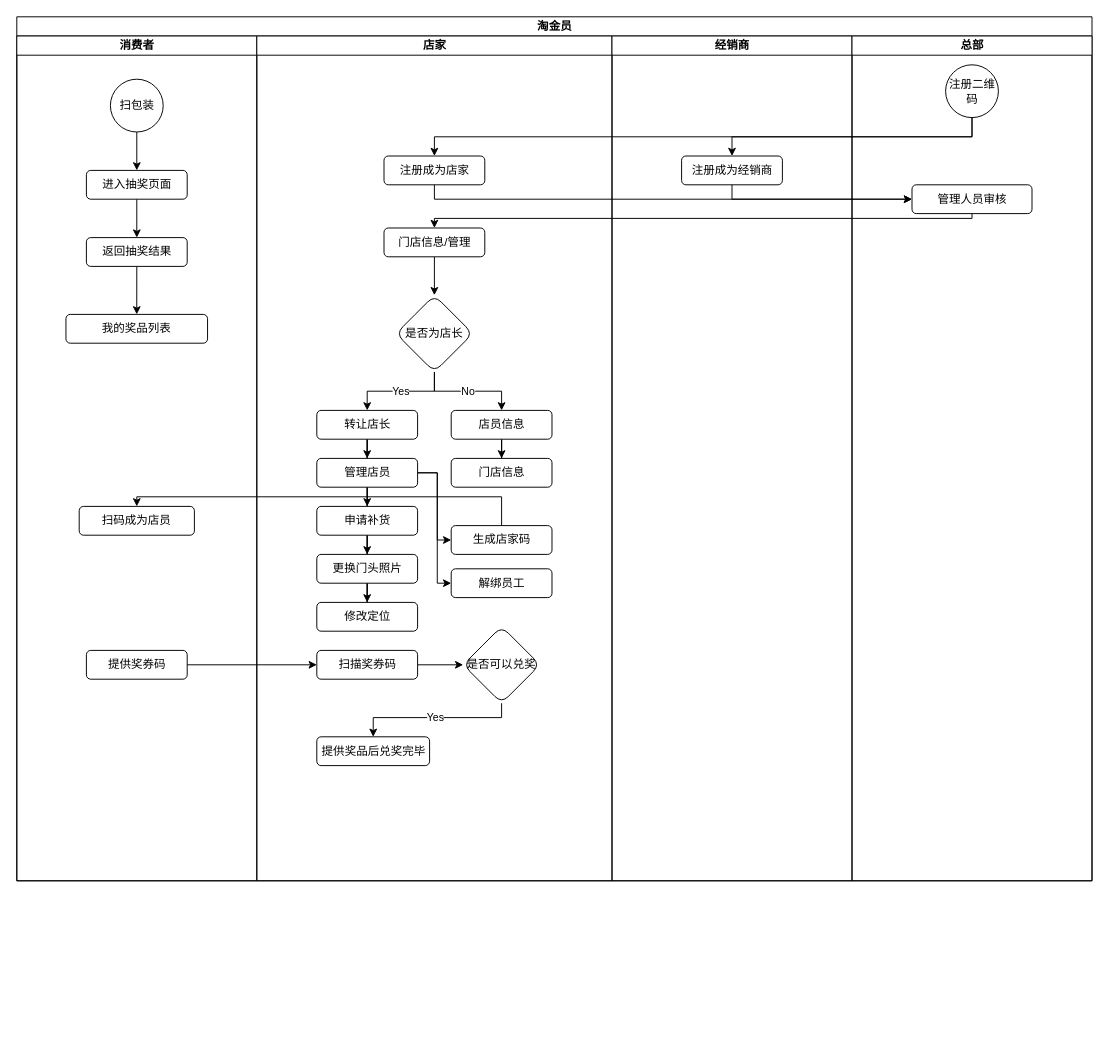
The draw.io diagram 淘金员身份控制.drawio in LeoNooob/myblueprint, before the edit. Source tidied: cells renumbered, new cells numbered last; positions are measured from the earlier drawing's top-left corner, leaving out a move shared by most shapes. Both pictures are drawn from the tidied source at 96%, with x=0, y=0 at pixel (16, 16).
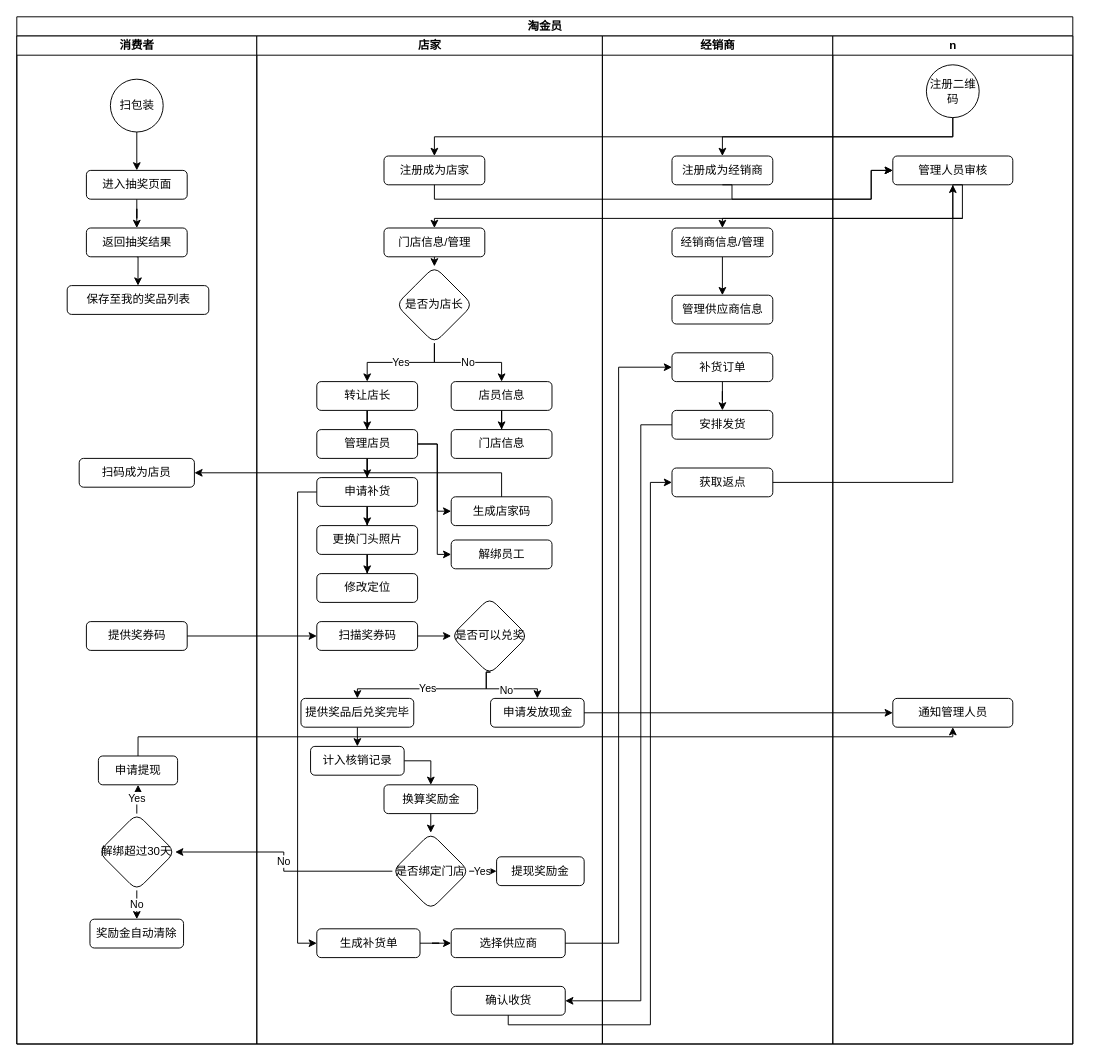
Above is the later version.

Commit message:
更新淘金员身份控制.drawio

The change refers to these unchanged cells:
```xml
<mxCell id="14" value="注册成为店家" style="rounded=1;whiteSpace=wrap;html=1;" parent="13" vertex="1">
  <mxGeometry x="132.5" y="125" width="105" height="30" as="geometry" />
</mxCell>
<mxCell id="16" value="门店信息/管理" style="rounded=1;whiteSpace=wrap;html=1;" parent="13" vertex="1">
  <mxGeometry x="132.5" y="200" width="105" height="30" as="geometry" />
</mxCell>
<mxCell id="42" value="注册成为经销商" style="rounded=1;whiteSpace=wrap;html=1;" parent="41" vertex="1">
  <mxGeometry x="72.5" y="125" width="105" height="30" as="geometry" />
</mxCell>
```

Diff of the diagram source:
```diff
@@
     <mxCell id="2" value="淘金员" style="swimlane;startSize=20;html=1;" parent="1" vertex="1">
-      <mxGeometry width="1120" height="900" as="geometry" />
+      <mxGeometry width="1100" height="1070" as="geometry" />
     </mxCell>
     <mxCell id="3" value="消费者" style="swimlane;startSize=20;html=1;" parent="2" vertex="1">
-      <mxGeometry y="20" width="250" height="880" as="geometry" />
+      <mxGeometry y="20" width="250" height="1050" as="geometry" />
     </mxCell>
@@
     <mxCell id="9" value="返回抽奖结果" style="rounded=1;whiteSpace=wrap;html=1;" parent="3" vertex="1">
-      <mxGeometry x="72.5" y="210" width="105" height="30" as="geometry" />
+      <mxGeometry x="72.5" y="200" width="105" height="30" as="geometry" />
     </mxCell>
     <mxCell id="10" value="扫码成为店员" style="rounded=1;whiteSpace=wrap;html=1;" parent="3" vertex="1">
-      <mxGeometry x="65" y="490" width="120" height="30" as="geometry" />
+      <mxGeometry x="65" y="440" width="120" height="30" as="geometry" />
     </mxCell>
     <mxCell id="11" value="提供奖券码" style="rounded=1;whiteSpace=wrap;html=1;" parent="3" vertex="1">
-      <mxGeometry x="72.5" y="640" width="105" height="30" as="geometry" />
+      <mxGeometry x="72.5" y="610" width="105" height="30" as="geometry" />
     </mxCell>
-    <mxCell id="12" value="我的奖品列表" style="rounded=1;whiteSpace=wrap;html=1;" parent="3" vertex="1">
-      <mxGeometry x="51.2" y="290" width="147.5" height="30" as="geometry" />
+    <mxCell id="12" value="保存至我的奖品列表" style="rounded=1;whiteSpace=wrap;html=1;" parent="3" vertex="1">
+      <mxGeometry x="52.5" y="260" width="147.5" height="30" as="geometry" />
     </mxCell>
+    <mxCell id="53" value="Yes" style="edgeStyle=orthogonalEdgeStyle;rounded=0;jettySize=auto;html=1;" parent="3" edge="1" source="55" target="56">
+      <mxGeometry relative="1" as="geometry" />
+    </mxCell>
+    <mxCell id="54" value="No" style="edgeStyle=orthogonalEdgeStyle;rounded=0;jettySize=auto;html=1;" parent="3" edge="1" source="55" target="57">
+      <mxGeometry relative="1" as="geometry" />
+    </mxCell>
+    <mxCell id="55" value="解绑超过30天" style="rhombus;whiteSpace=wrap;html=1;rounded=1;" parent="3" vertex="1">
+      <mxGeometry x="85" y="810" width="80" height="80" as="geometry" />
+    </mxCell>
+    <mxCell id="56" value="申请提现" style="whiteSpace=wrap;html=1;rounded=1;" parent="3" vertex="1">
+      <mxGeometry x="85" y="750" width="82.5" height="30" as="geometry" />
+    </mxCell>
+    <mxCell id="57" value="奖励金自动清除" style="whiteSpace=wrap;html=1;rounded=1;" parent="3" vertex="1">
+      <mxGeometry x="76.2" y="920" width="97.5" height="30" as="geometry" />
+    </mxCell>
     <mxCell id="13" value="店家" style="swimlane;startSize=20;html=1;" parent="2" vertex="1">
-      <mxGeometry x="250" y="20" width="370" height="880" as="geometry" />
+      <mxGeometry x="250" y="20" width="360" height="1050" as="geometry" />
     </mxCell>
@@
     <mxCell id="19" value="是否为店长" style="rhombus;whiteSpace=wrap;html=1;rounded=1;" parent="13" vertex="1">
-      <mxGeometry x="145" y="270" width="80" height="80" as="geometry" />
+      <mxGeometry x="145" y="240" width="80" height="80" as="geometry" />
     </mxCell>
@@
     <mxCell id="21" value="转让店长" style="whiteSpace=wrap;html=1;rounded=1;" parent="13" vertex="1">
-      <mxGeometry x="62.5" y="390" width="105" height="30" as="geometry" />
+      <mxGeometry x="62.5" y="360" width="105" height="30" as="geometry" />
     </mxCell>
@@
     <mxCell id="23" style="edgeStyle=orthogonalEdgeStyle;rounded=0;jettySize=auto;html=1;exitX=1;exitY=0.5;exitDx=0;exitDy=0;entryX=0;entryY=0.5;entryDx=0;entryDy=0;" parent="13" edge="1" source="25" target="34">
       <mxGeometry relative="1" as="geometry">
         <Array as="points">
-          <mxPoint x="188" y="455" />
-          <mxPoint x="188" y="525" />
+          <mxPoint x="188" y="425" />
+          <mxPoint x="188" y="495" />
         </Array>
       </mxGeometry>
     </mxCell>
     <mxCell id="24" style="edgeStyle=orthogonalEdgeStyle;rounded=0;jettySize=auto;html=1;exitX=1;exitY=0.5;exitDx=0;exitDy=0;entryX=0;entryY=0.5;entryDx=0;entryDy=0;" parent="13" edge="1" source="25" target="35">
       <mxGeometry relative="1" as="geometry">
         <Array as="points">
-          <mxPoint x="188" y="455" />
-          <mxPoint x="188" y="570" />
+          <mxPoint x="188" y="425" />
+          <mxPoint x="188" y="540" />
         </Array>
       </mxGeometry>
     </mxCell>
     <mxCell id="25" value="管理店员" style="whiteSpace=wrap;html=1;rounded=1;" parent="13" vertex="1">
-      <mxGeometry x="62.5" y="440" width="105" height="30" as="geometry" />
+      <mxGeometry x="62.5" y="410" width="105" height="30" as="geometry" />
     </mxCell>
@@
+    <mxCell id="58" style="edgeStyle=orthogonalEdgeStyle;rounded=0;jettySize=auto;html=1;exitX=0;exitY=0.5;exitDx=0;exitDy=0;entryX=0;entryY=0.5;entryDx=0;entryDy=0;" parent="13" edge="1" source="27" target="71">
+      <mxGeometry relative="1" as="geometry" />
+    </mxCell>
     <mxCell id="27" value="申请补货" style="whiteSpace=wrap;html=1;rounded=1;" parent="13" vertex="1">
-      <mxGeometry x="62.5" y="490" width="105" height="30" as="geometry" />
+      <mxGeometry x="62.5" y="460" width="105" height="30" as="geometry" />
     </mxCell>
@@
     <mxCell id="29" value="更换门头照片" style="whiteSpace=wrap;html=1;rounded=1;" parent="13" vertex="1">
-      <mxGeometry x="62.5" y="540" width="105" height="30" as="geometry" />
+      <mxGeometry x="62.5" y="510" width="105" height="30" as="geometry" />
     </mxCell>
     <mxCell id="30" value="修改定位" style="whiteSpace=wrap;html=1;rounded=1;" parent="13" vertex="1">
-      <mxGeometry x="62.5" y="590" width="105" height="30" as="geometry" />
+      <mxGeometry x="62.5" y="560" width="105" height="30" as="geometry" />
     </mxCell>
@@
     <mxCell id="32" value="店员信息" style="whiteSpace=wrap;html=1;rounded=1;" parent="13" vertex="1">
-      <mxGeometry x="202.5" y="390" width="105" height="30" as="geometry" />
+      <mxGeometry x="202.5" y="360" width="105" height="30" as="geometry" />
     </mxCell>
     <mxCell id="33" value="门店信息" style="whiteSpace=wrap;html=1;rounded=1;" parent="13" vertex="1">
-      <mxGeometry x="202.5" y="440" width="105" height="30" as="geometry" />
+      <mxGeometry x="202.5" y="410" width="105" height="30" as="geometry" />
     </mxCell>
     <mxCell id="34" value="生成店家码" style="whiteSpace=wrap;html=1;rounded=1;" parent="13" vertex="1">
-      <mxGeometry x="202.5" y="510" width="105" height="30" as="geometry" />
+      <mxGeometry x="202.5" y="480" width="105" height="30" as="geometry" />
     </mxCell>
     <mxCell id="35" value="解绑员工" style="whiteSpace=wrap;html=1;rounded=1;" parent="13" vertex="1">
-      <mxGeometry x="202.5" y="555" width="105" height="30" as="geometry" />
+      <mxGeometry x="202.5" y="525" width="105" height="30" as="geometry" />
     </mxCell>
@@
     <mxCell id="37" value="扫描奖券码" style="rounded=1;whiteSpace=wrap;html=1;" parent="13" vertex="1">
-      <mxGeometry x="62.5" y="640" width="105" height="30" as="geometry" />
+      <mxGeometry x="62.5" y="610" width="105" height="30" as="geometry" />
     </mxCell>
-    <mxCell id="38" value="Yes" style="edgeStyle=orthogonalEdgeStyle;rounded=0;jettySize=auto;html=1;exitX=0.5;exitY=1;exitDx=0;exitDy=0;entryX=0.5;entryY=0;entryDx=0;entryDy=0;" parent="13" edge="1" source="39" target="40">
+    <mxCell id="38" value="Yes" style="edgeStyle=orthogonalEdgeStyle;rounded=0;jettySize=auto;html=1;exitX=0.51;exitY=0.967;exitDx=0;exitDy=0;entryX=0.5;entryY=0;entryDx=0;entryDy=0;exitPerimeter=0;" parent="13" edge="1" source="39" target="40">
       <mxGeometry relative="1" as="geometry">
         <Array as="points">
-          <mxPoint x="255" y="710" />
-          <mxPoint x="121" y="710" />
+          <mxPoint x="239" y="662" />
+          <mxPoint x="239" y="680" />
+          <mxPoint x="105" y="680" />
         </Array>
       </mxGeometry>
     </mxCell>
+    <mxCell id="59" style="edgeStyle=orthogonalEdgeStyle;rounded=0;jettySize=auto;html=1;exitX=0.512;exitY=0.972;exitDx=0;exitDy=0;entryX=0.5;entryY=0;entryDx=0;entryDy=0;exitPerimeter=0;" parent="13" edge="1" source="39" target="62">
+      <mxGeometry relative="1" as="geometry">
+        <Array as="points">
+          <mxPoint x="239" y="663" />
+          <mxPoint x="239" y="680" />
+          <mxPoint x="292" y="680" />
+        </Array>
+      </mxGeometry>
+    </mxCell>
+    <mxCell id="60" value="No" style="edgeLabel;html=1;align=center;verticalAlign=middle;" parent="59" vertex="1">
+      <mxGeometry x="-0.01" y="-1" relative="1" as="geometry" />
+    </mxCell>
     <mxCell id="39" value="是否可以兑奖" style="rhombus;whiteSpace=wrap;html=1;rounded=1;" parent="13" vertex="1">
-      <mxGeometry x="215" y="615" width="80" height="80" as="geometry" />
+      <mxGeometry x="202.5" y="585" width="80" height="80" as="geometry" />
     </mxCell>
+    <mxCell id="61" style="edgeStyle=orthogonalEdgeStyle;rounded=0;jettySize=auto;html=1;exitX=0.5;exitY=1;exitDx=0;exitDy=0;entryX=0.5;entryY=0;entryDx=0;entryDy=0;" parent="13" edge="1" source="40" target="64">
+      <mxGeometry relative="1" as="geometry" />
+    </mxCell>
     <mxCell id="40" value="提供奖品后兑奖完毕" style="rounded=1;whiteSpace=wrap;html=1;" parent="13" vertex="1">
-      <mxGeometry x="62.5" y="730" width="117.5" height="30" as="geometry" />
+      <mxGeometry x="46" y="690" width="117.5" height="30" as="geometry" />
     </mxCell>
+    <mxCell id="62" value="申请发放现金" style="rounded=1;whiteSpace=wrap;html=1;" parent="13" vertex="1">
+      <mxGeometry x="243.5" y="690" width="97.5" height="30" as="geometry" />
+    </mxCell>
+    <mxCell id="63" style="edgeStyle=orthogonalEdgeStyle;rounded=0;jettySize=auto;html=1;exitX=1;exitY=0.5;exitDx=0;exitDy=0;entryX=0.5;entryY=0;entryDx=0;entryDy=0;" parent="13" edge="1" source="64" target="66">
+      <mxGeometry relative="1" as="geometry" />
+    </mxCell>
+    <mxCell id="64" value="计入核销记录" style="rounded=1;whiteSpace=wrap;html=1;" parent="13" vertex="1">
+      <mxGeometry x="56" y="740" width="97.5" height="30" as="geometry" />
+    </mxCell>
+    <mxCell id="65" style="edgeStyle=orthogonalEdgeStyle;rounded=0;jettySize=auto;html=1;exitX=0.5;exitY=1;exitDx=0;exitDy=0;entryX=0.5;entryY=0;entryDx=0;entryDy=0;" parent="13" edge="1" source="66" target="68">
+      <mxGeometry relative="1" as="geometry" />
+    </mxCell>
+    <mxCell id="66" value="换算奖励金" style="rounded=1;whiteSpace=wrap;html=1;" parent="13" vertex="1">
+      <mxGeometry x="132.5" y="780" width="97.5" height="30" as="geometry" />
+    </mxCell>
+    <mxCell id="67" value="Yes" style="edgeStyle=orthogonalEdgeStyle;rounded=0;jettySize=auto;html=1;" parent="13" edge="1" source="68" target="69">
+      <mxGeometry relative="1" as="geometry" />
+    </mxCell>
+    <mxCell id="68" value="是否绑定门店" style="rhombus;whiteSpace=wrap;html=1;rounded=1;" parent="13" vertex="1">
+      <mxGeometry x="141.2" y="830" width="80" height="80" as="geometry" />
+    </mxCell>
+    <mxCell id="69" value="提现奖励金" style="whiteSpace=wrap;html=1;rounded=1;" parent="13" vertex="1">
+      <mxGeometry x="249.8" y="855" width="91.2" height="30" as="geometry" />
+    </mxCell>
+    <mxCell id="70" style="edgeStyle=orthogonalEdgeStyle;rounded=0;jettySize=auto;html=1;" parent="13" edge="1" source="71" target="72">
+      <mxGeometry relative="1" as="geometry" />
+    </mxCell>
+    <mxCell id="71" value="生成补货单" style="whiteSpace=wrap;html=1;rounded=1;" parent="13" vertex="1">
+      <mxGeometry x="62.5" y="930" width="107.5" height="30" as="geometry" />
+    </mxCell>
+    <mxCell id="72" value="选择供应商" style="whiteSpace=wrap;html=1;rounded=1;" parent="13" vertex="1">
+      <mxGeometry x="202.5" y="930" width="118.8" height="30" as="geometry" />
+    </mxCell>
+    <mxCell id="73" value="确认收货" style="whiteSpace=wrap;html=1;rounded=1;" parent="13" vertex="1">
+      <mxGeometry x="202.5" y="990" width="118.8" height="30" as="geometry" />
+    </mxCell>
     <mxCell id="41" value="经销商" style="swimlane;startSize=20;html=1;" parent="2" vertex="1">
-      <mxGeometry x="620" y="20" width="250" height="880" as="geometry" />
+      <mxGeometry x="610" y="20" width="240" height="1050" as="geometry" />
     </mxCell>
@@
+    <mxCell id="74" style="edgeStyle=orthogonalEdgeStyle;rounded=0;jettySize=auto;html=1;" parent="41" edge="1" source="75" target="76">
+      <mxGeometry relative="1" as="geometry" />
+    </mxCell>
+    <mxCell id="75" value="经销商信息/管理" style="rounded=1;whiteSpace=wrap;html=1;" parent="41" vertex="1">
+      <mxGeometry x="72.5" y="200" width="105" height="30" as="geometry" />
+    </mxCell>
+    <mxCell id="76" value="管理供应商信息" style="rounded=1;whiteSpace=wrap;html=1;" parent="41" vertex="1">
+      <mxGeometry x="72.5" y="270" width="105" height="30" as="geometry" />
+    </mxCell>
+    <mxCell id="77" style="edgeStyle=orthogonalEdgeStyle;rounded=0;jettySize=auto;html=1;" parent="41" edge="1" source="78" target="79">
+      <mxGeometry relative="1" as="geometry" />
+    </mxCell>
+    <mxCell id="78" value="补货订单" style="rounded=1;whiteSpace=wrap;html=1;" parent="41" vertex="1">
+      <mxGeometry x="72.5" y="330" width="105" height="30" as="geometry" />
+    </mxCell>
+    <mxCell id="79" value="安排发货" style="rounded=1;whiteSpace=wrap;html=1;" parent="41" vertex="1">
+      <mxGeometry x="72.5" y="390" width="105" height="30" as="geometry" />
+    </mxCell>
+    <mxCell id="80" value="获取返点" style="rounded=1;whiteSpace=wrap;html=1;" parent="41" vertex="1">
+      <mxGeometry x="72.5" y="450" width="105" height="30" as="geometry" />
+    </mxCell>
@@
     <mxCell id="45" style="edgeStyle=orthogonalEdgeStyle;rounded=0;jettySize=auto;html=1;exitX=0.5;exitY=1;exitDx=0;exitDy=0;entryX=0;entryY=0.5;entryDx=0;entryDy=0;" parent="2" edge="1" source="42" target="49">
       <mxGeometry relative="1" as="geometry">
         <Array as="points">
+          <mxPoint x="745" y="175" />
           <mxPoint x="745" y="190" />
-          <mxPoint x="933" y="190" />
+          <mxPoint x="890" y="190" />
+          <mxPoint x="890" y="160" />
         </Array>
       </mxGeometry>
     </mxCell>
     <mxCell id="46" style="edgeStyle=orthogonalEdgeStyle;rounded=0;jettySize=auto;html=1;exitX=0.5;exitY=1;exitDx=0;exitDy=0;entryX=0;entryY=0.5;entryDx=0;entryDy=0;" parent="2" edge="1" source="14" target="49">
       <mxGeometry relative="1" as="geometry">
         <Array as="points">
           <mxPoint x="435" y="190" />
-          <mxPoint x="933" y="190" />
+          <mxPoint x="890" y="190" />
+          <mxPoint x="890" y="160" />
         </Array>
       </mxGeometry>
     </mxCell>
-    <mxCell id="47" value="总部" style="swimlane;startSize=20;html=1;" parent="2" vertex="1">
-      <mxGeometry x="870" y="20" width="250" height="880" as="geometry" />
+    <mxCell id="47" value="n" style="swimlane;startSize=20;html=1;" parent="2" vertex="1">
+      <mxGeometry x="850" y="20" width="250" height="1050" as="geometry" />
     </mxCell>
@@
     <mxCell id="49" value="管理人员审核" style="rounded=1;whiteSpace=wrap;html=1;" parent="47" vertex="1">
-      <mxGeometry x="62.5" y="155" width="125" height="30" as="geometry" />
+      <mxGeometry x="62.5" y="125" width="125" height="30" as="geometry" />
     </mxCell>
+    <mxCell id="81" value="通知管理人员" style="rounded=1;whiteSpace=wrap;html=1;" parent="47" vertex="1">
+      <mxGeometry x="62.5" y="690" width="125" height="30" as="geometry" />
+    </mxCell>
     <mxCell id="50" style="edgeStyle=orthogonalEdgeStyle;rounded=0;jettySize=auto;html=1;exitX=0.5;exitY=1;exitDx=0;exitDy=0;entryX=0.5;entryY=0;entryDx=0;entryDy=0;" parent="2" edge="1" source="49" target="16">
       <mxGeometry relative="1" as="geometry">
         <Array as="points">
-          <mxPoint x="995" y="210" />
+          <mxPoint x="985" y="210" />
           <mxPoint x="435" y="210" />
         </Array>
       </mxGeometry>
     </mxCell>
+    <mxCell id="52" style="edgeStyle=orthogonalEdgeStyle;rounded=0;jettySize=auto;html=1;exitX=1;exitY=0.5;exitDx=0;exitDy=0;entryX=0;entryY=0.5;entryDx=0;entryDy=0;" parent="2" edge="1" source="11" target="37">
+      <mxGeometry relative="1" as="geometry" />
+    </mxCell>
+    <mxCell id="82" style="edgeStyle=orthogonalEdgeStyle;rounded=0;jettySize=auto;html=1;exitX=1;exitY=0.5;exitDx=0;exitDy=0;entryX=0;entryY=0.5;entryDx=0;entryDy=0;" parent="2" edge="1" source="62" target="81">
+      <mxGeometry relative="1" as="geometry" />
+    </mxCell>
+    <mxCell id="83" value="No" style="edgeStyle=orthogonalEdgeStyle;rounded=0;jettySize=auto;html=1;exitX=0;exitY=0.5;exitDx=0;exitDy=0;entryX=1;entryY=0.5;entryDx=0;entryDy=0;" parent="2" edge="1" source="68" target="55">
+      <mxGeometry relative="1" as="geometry" />
+    </mxCell>
+    <mxCell id="84" style="edgeStyle=orthogonalEdgeStyle;rounded=0;jettySize=auto;html=1;exitX=0.5;exitY=0;exitDx=0;exitDy=0;entryX=0.5;entryY=1;entryDx=0;entryDy=0;" parent="2" edge="1" source="56" target="81">
+      <mxGeometry relative="1" as="geometry">
+        <Array as="points">
+          <mxPoint x="126" y="750" />
+          <mxPoint x="975" y="750" />
+        </Array>
+      </mxGeometry>
+    </mxCell>
-    <mxCell id="51" style="edgeStyle=orthogonalEdgeStyle;rounded=0;jettySize=auto;html=1;exitX=0.5;exitY=0;exitDx=0;exitDy=0;entryX=0.5;entryY=0;entryDx=0;entryDy=0;" parent="2" edge="1" source="34" target="10">
-      <mxGeometry relative="1" as="geometry">
-        <Array as="points">
-          <mxPoint x="505" y="500" />
-          <mxPoint x="125" y="500" />
-        </Array>
-      </mxGeometry>
+    <mxCell id="51" style="edgeStyle=orthogonalEdgeStyle;rounded=0;jettySize=auto;html=1;exitX=0.5;exitY=0;exitDx=0;exitDy=0;entryX=1;entryY=0.5;entryDx=0;entryDy=0;" parent="2" edge="1" source="34" target="10">
+      <mxGeometry relative="1" as="geometry" />
     </mxCell>
-    <mxCell id="52" style="edgeStyle=orthogonalEdgeStyle;rounded=0;jettySize=auto;html=1;exitX=1;exitY=0.5;exitDx=0;exitDy=0;entryX=0;entryY=0.5;entryDx=0;entryDy=0;" parent="2" edge="1" source="11" target="37">
-      <mxGeometry relative="1" as="geometry" />
-    </mxCell>
+    <mxCell id="85" style="edgeStyle=orthogonalEdgeStyle;rounded=0;jettySize=auto;html=1;exitX=0.5;exitY=1;exitDx=0;exitDy=0;entryX=0.5;entryY=0;entryDx=0;entryDy=0;" parent="2" edge="1" source="49" target="75">
+      <mxGeometry relative="1" as="geometry">
+        <Array as="points">
+          <mxPoint x="985" y="210" />
+          <mxPoint x="745" y="210" />
+        </Array>
+      </mxGeometry>
+    </mxCell>
+    <mxCell id="86" style="edgeStyle=orthogonalEdgeStyle;rounded=0;jettySize=auto;html=1;exitX=1;exitY=0.5;exitDx=0;exitDy=0;entryX=0;entryY=0.5;entryDx=0;entryDy=0;" parent="2" edge="1" source="72" target="78">
+      <mxGeometry relative="1" as="geometry" />
+    </mxCell>
+    <mxCell id="87" style="edgeStyle=orthogonalEdgeStyle;rounded=0;jettySize=auto;html=1;exitX=0;exitY=0.5;exitDx=0;exitDy=0;entryX=1;entryY=0.5;entryDx=0;entryDy=0;" parent="2" edge="1" source="79" target="73">
+      <mxGeometry relative="1" as="geometry">
+        <Array as="points">
+          <mxPoint x="650" y="425" />
+          <mxPoint x="650" y="1025" />
+        </Array>
+      </mxGeometry>
+    </mxCell>
+    <mxCell id="88" style="edgeStyle=orthogonalEdgeStyle;rounded=0;jettySize=auto;html=1;exitX=0.5;exitY=1;exitDx=0;exitDy=0;entryX=0;entryY=0.5;entryDx=0;entryDy=0;" parent="2" edge="1" source="73" target="80">
+      <mxGeometry relative="1" as="geometry">
+        <Array as="points">
+          <mxPoint x="512" y="1050" />
+          <mxPoint x="660" y="1050" />
+          <mxPoint x="660" y="485" />
+        </Array>
+      </mxGeometry>
+    </mxCell>
+    <mxCell id="89" style="edgeStyle=orthogonalEdgeStyle;rounded=0;jettySize=auto;html=1;exitX=1;exitY=0.5;exitDx=0;exitDy=0;entryX=0.5;entryY=1;entryDx=0;entryDy=0;" parent="2" edge="1" source="80" target="49">
+      <mxGeometry relative="1" as="geometry" />
+    </mxCell>
```
